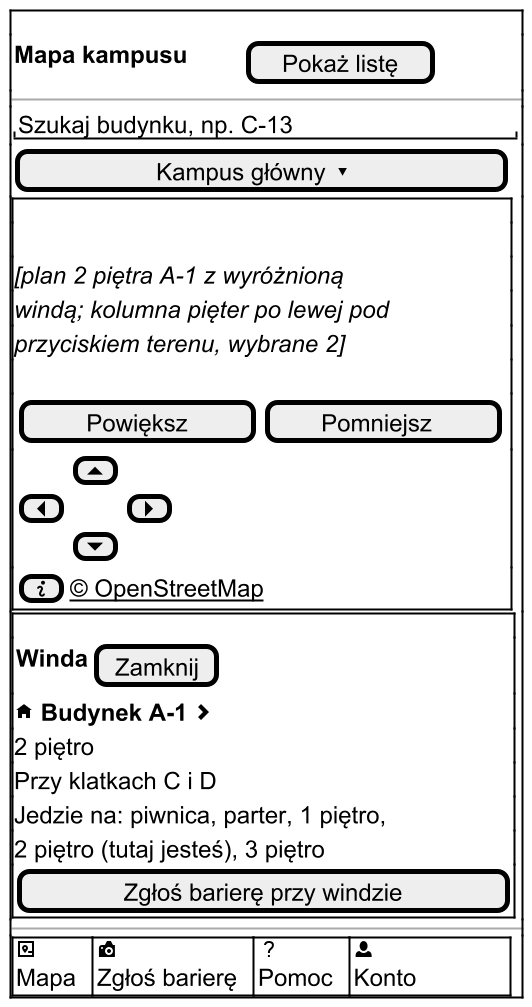
dostepny-kampus/dostepny-kampus keeps this PlantUML diagram as docs/docs/_generated/m-v1-mapa-plan-winda.png. Above is the earlier version.
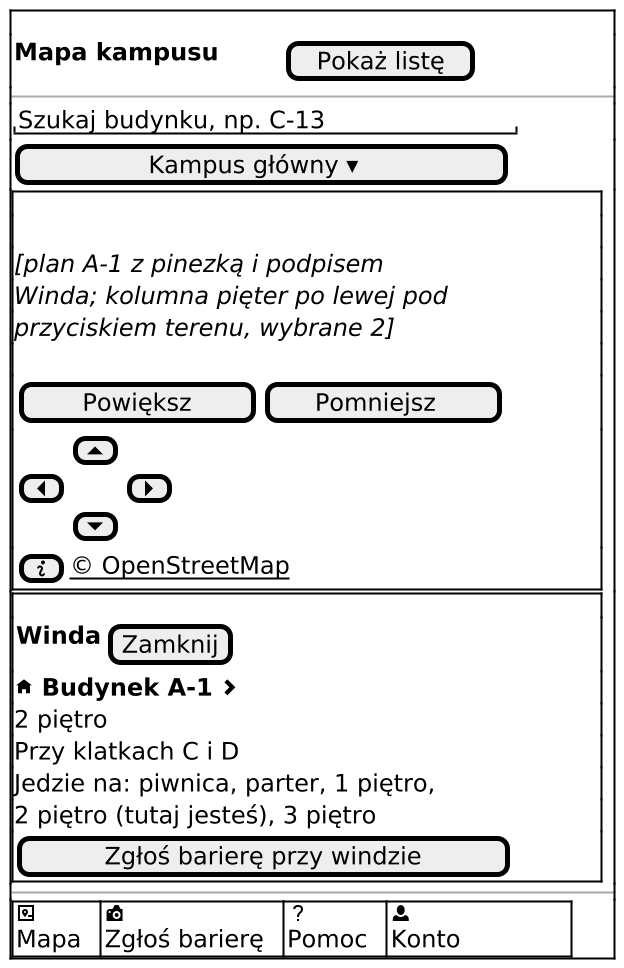
Later version of the same file.

Commit message:
docs(mapa): uzupełnij odwołania i odtwórz makiety

Change to the diagram source:
```diff
@@ -7,7 +7,7 @@
 $naglowek_mapy("Pokaż listę")
 $pole_tekstowe("Szukaj budynku, np. C-13")
 $przycisk("Kampus główny ▾")
-$mapa("plan 2 piętra A-1 z wyróżnioną windą; kolumna pięter po lewej pod przyciskiem terenu, wybrane 2", "", "info")
+$mapa("plan A-1 z pinezką i podpisem Winda; kolumna pięter po lewej pod przyciskiem terenu, wybrane 2", "", "info")
 $ramka()
 { <b>Winda</b> | [Zamknij] }
 $wiersz_budynku()
```
